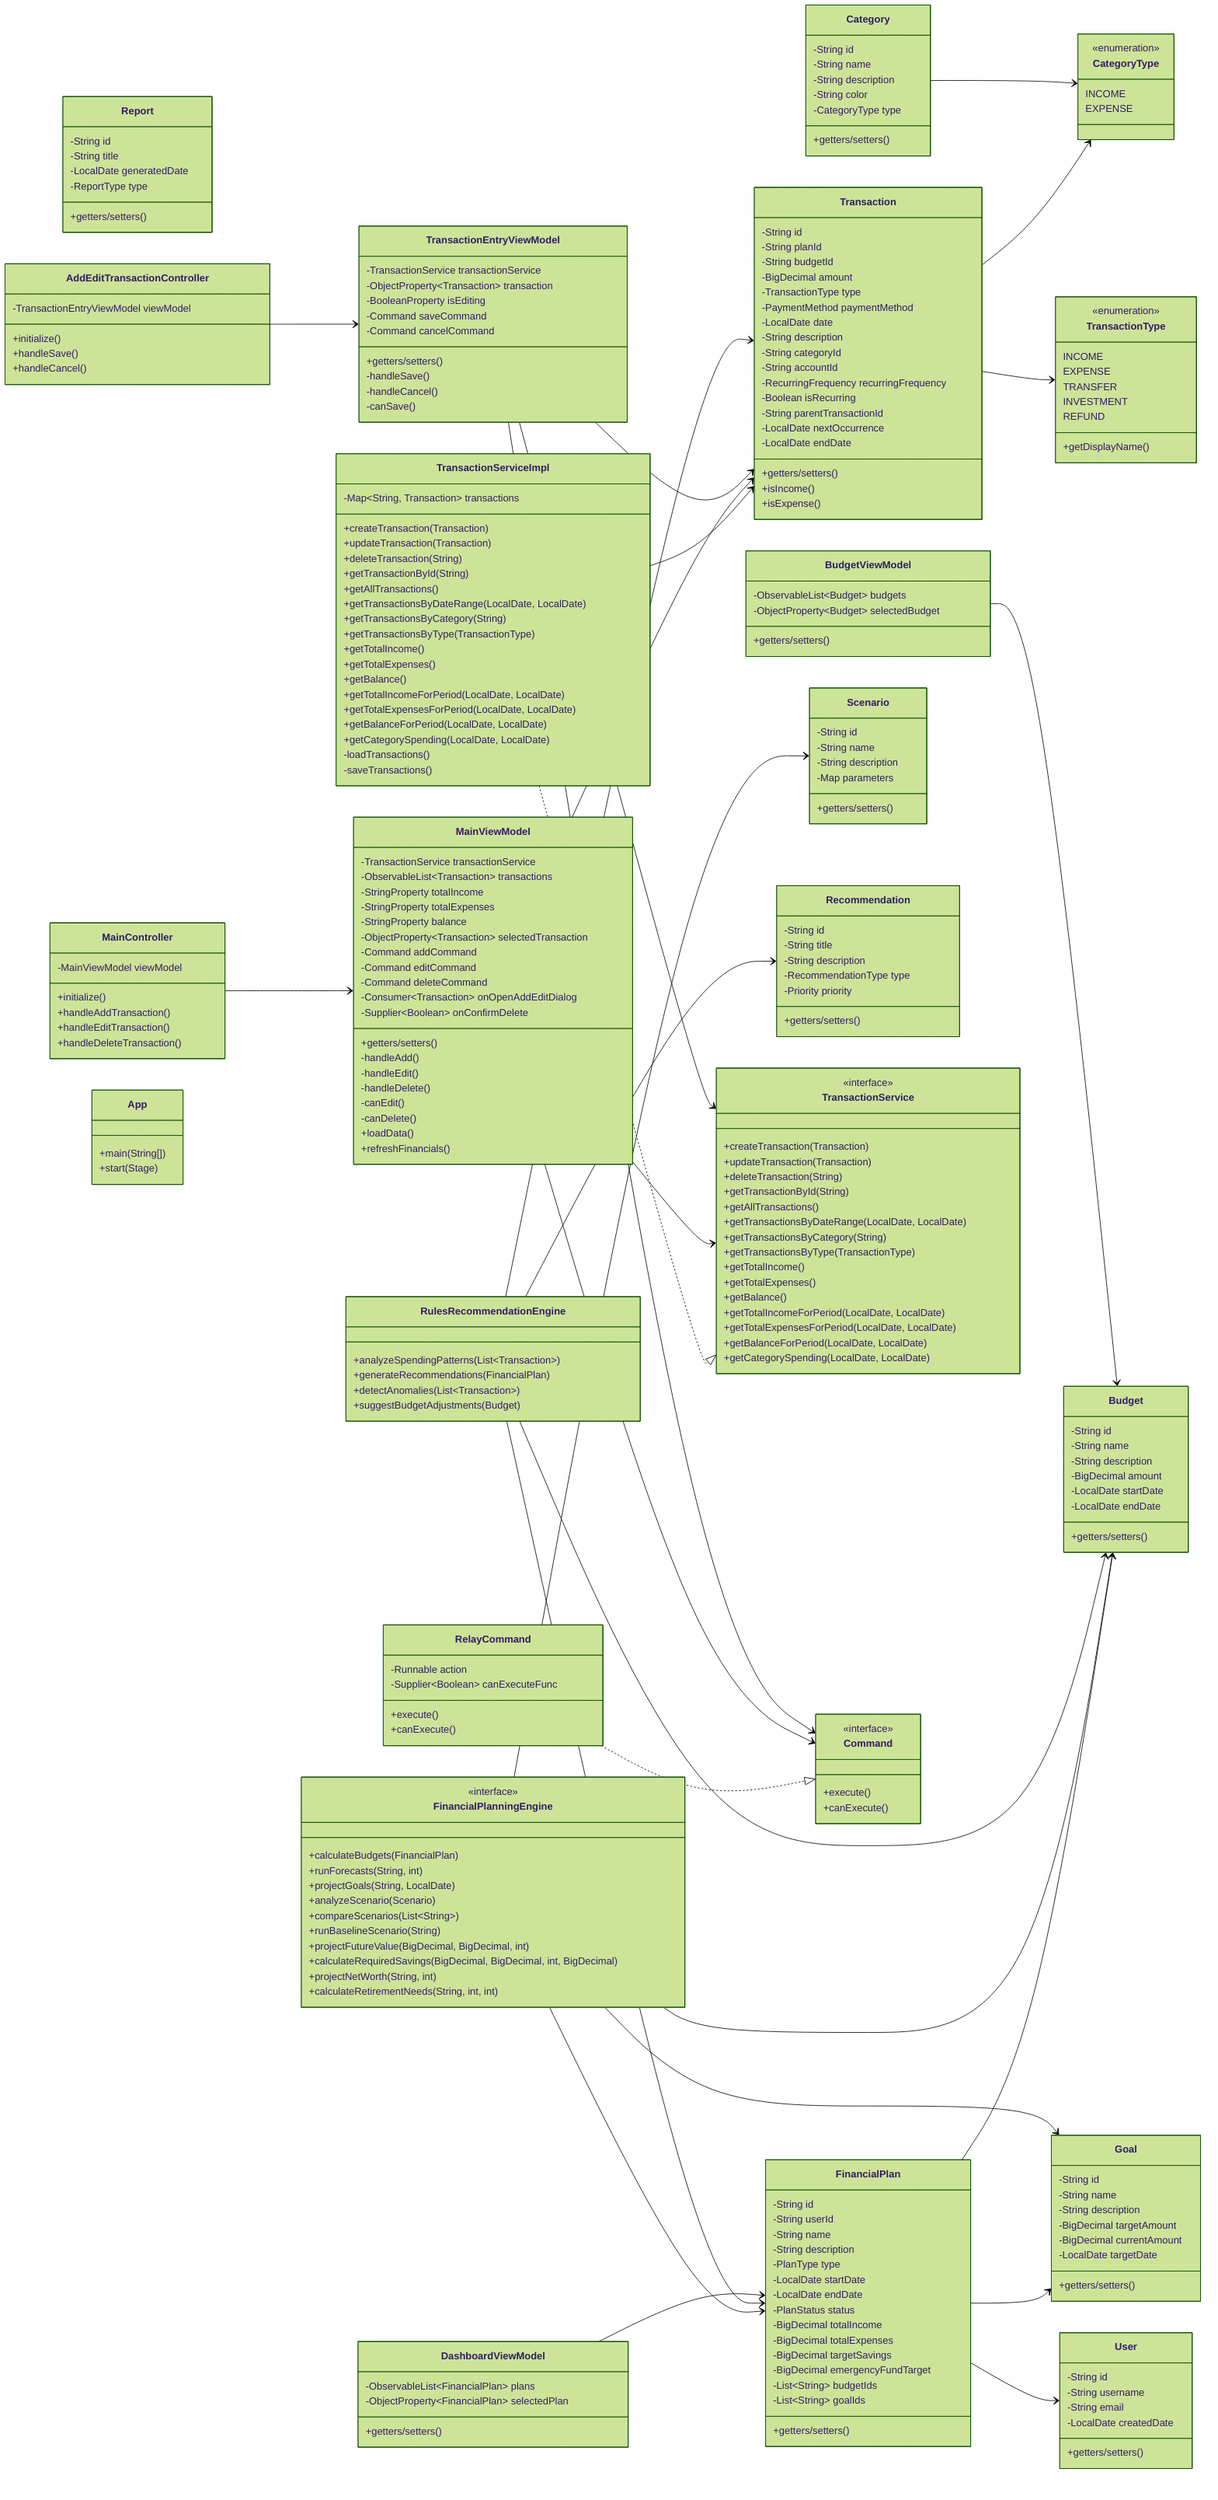
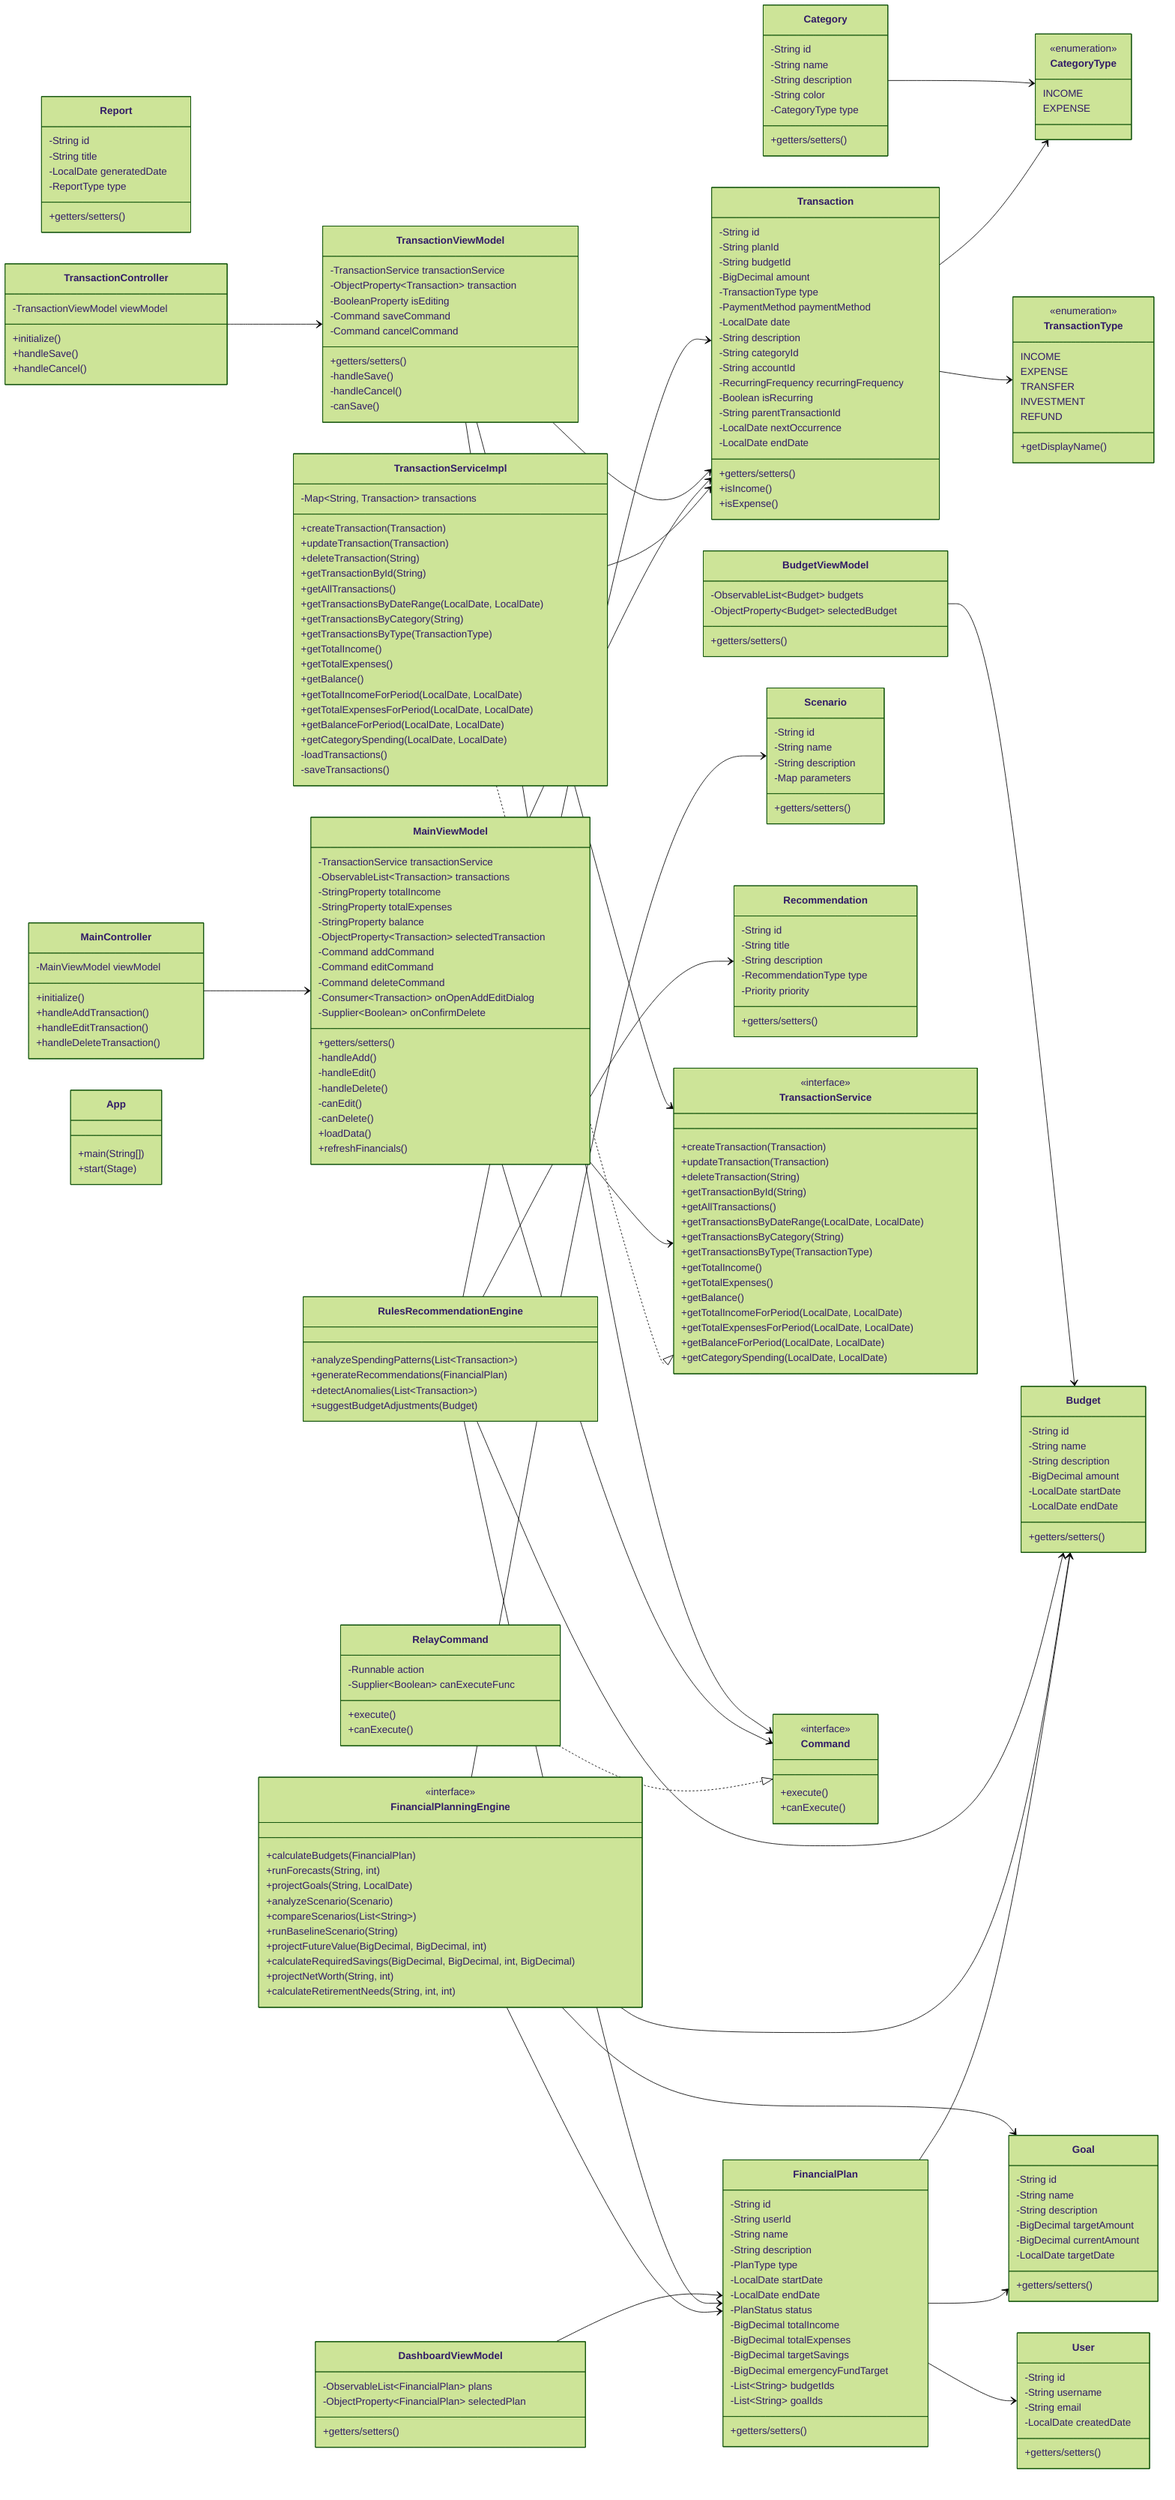
---
config:
  theme: forest
---
classDiagram
direction LR
    class Transaction {
	    -String id
	    -String planId
	    -String budgetId
	    -BigDecimal amount
	    -TransactionType type
	    -PaymentMethod paymentMethod
	    -LocalDate date
	    -String description
	    -String categoryId
	    -String accountId
	    -RecurringFrequency recurringFrequency
	    -Boolean isRecurring
	    -String parentTransactionId
	    -LocalDate nextOccurrence
	    -LocalDate endDate
	    +getters/setters()
	    +isIncome()
	    +isExpense()
    }

    class Category {
	    -String id
	    -String name
	    -String description
	    -String color
	    -CategoryType type
	    +getters/setters()
    }

    class TransactionType {
	    INCOME
	    EXPENSE
	    TRANSFER
	    INVESTMENT
	    REFUND
	    +getDisplayName()
    }

    class CategoryType {
	    INCOME
	    EXPENSE
    }

    class FinancialPlan {
	    -String id
	    -String userId
	    -String name
	    -String description
	    -PlanType type
	    -LocalDate startDate
	    -LocalDate endDate
	    -PlanStatus status
	    -BigDecimal totalIncome
	    -BigDecimal totalExpenses
	    -BigDecimal targetSavings
	    -BigDecimal emergencyFundTarget
	    -List~String~ budgetIds
	    -List~String~ goalIds
	    +getters/setters()
    }

    class Budget {
	    -String id
	    -String name
	    -String description
	    -BigDecimal amount
	    -LocalDate startDate
	    -LocalDate endDate
	    +getters/setters()
    }

    class Goal {
	    -String id
	    -String name
	    -String description
	    -BigDecimal targetAmount
	    -BigDecimal currentAmount
	    -LocalDate targetDate
	    +getters/setters()
    }

    class User {
	    -String id
	    -String username
	    -String email
	    -LocalDate createdDate
	    +getters/setters()
    }

    class Scenario {
	    -String id
	    -String name
	    -String description
	    -Map parameters
	    +getters/setters()
    }

    class Recommendation {
	    -String id
	    -String title
	    -String description
	    -RecommendationType type
	    -Priority priority
	    +getters/setters()
    }

    class Report {
	    -String id
	    -String title
	    -LocalDate generatedDate
	    -ReportType type
	    +getters/setters()
    }

    class TransactionService {
	    +createTransaction(Transaction)
	    +updateTransaction(Transaction)
	    +deleteTransaction(String)
	    +getTransactionById(String)
	    +getAllTransactions()
	    +getTransactionsByDateRange(LocalDate, LocalDate)
	    +getTransactionsByCategory(String)
	    +getTransactionsByType(TransactionType)
	    +getTotalIncome()
	    +getTotalExpenses()
	    +getBalance()
	    +getTotalIncomeForPeriod(LocalDate, LocalDate)
	    +getTotalExpensesForPeriod(LocalDate, LocalDate)
	    +getBalanceForPeriod(LocalDate, LocalDate)
	    +getCategorySpending(LocalDate, LocalDate)
    }

    class TransactionServiceImpl {
	    -Map~String, Transaction~ transactions
	    +createTransaction(Transaction)
	    +updateTransaction(Transaction)
	    +deleteTransaction(String)
	    +getTransactionById(String)
	    +getAllTransactions()
	    +getTransactionsByDateRange(LocalDate, LocalDate)
	    +getTransactionsByCategory(String)
	    +getTransactionsByType(TransactionType)
	    +getTotalIncome()
	    +getTotalExpenses()
	    +getBalance()
	    +getTotalIncomeForPeriod(LocalDate, LocalDate)
	    +getTotalExpensesForPeriod(LocalDate, LocalDate)
	    +getBalanceForPeriod(LocalDate, LocalDate)
	    +getCategorySpending(LocalDate, LocalDate)
	    -loadTransactions()
	    -saveTransactions()
    }

    class FinancialPlanningEngine {
	    +calculateBudgets(FinancialPlan)
	    +runForecasts(String, int)
	    +projectGoals(String, LocalDate)
	    +analyzeScenario(Scenario)
	    +compareScenarios(List~String~)
	    +runBaselineScenario(String)
	    +projectFutureValue(BigDecimal, BigDecimal, int)
	    +calculateRequiredSavings(BigDecimal, BigDecimal, int, BigDecimal)
	    +projectNetWorth(String, int)
	    +calculateRetirementNeeds(String, int, int)
    }

    class RulesRecommendationEngine {
	    +analyzeSpendingPatterns(List~Transaction~)
	    +generateRecommendations(FinancialPlan)
	    +detectAnomalies(List~Transaction~)
	    +suggestBudgetAdjustments(Budget)
    }

    class Command {
	    +execute()
	    +canExecute()
    }

    class RelayCommand {
	    -Runnable action
	    -Supplier~Boolean~ canExecuteFunc
	    +execute()
	    +canExecute()
    }

    class MainViewModel {
	    -TransactionService transactionService
	    -ObservableList~Transaction~ transactions
	    -StringProperty totalIncome
	    -StringProperty totalExpenses
	    -StringProperty balance
	    -ObjectProperty~Transaction~ selectedTransaction
	    -Command addCommand
	    -Command editCommand
	    -Command deleteCommand
	    -Consumer~Transaction~ onOpenAddEditDialog
	    -Supplier~Boolean~ onConfirmDelete
	    +getters/setters()
	    -handleAdd()
	    -handleEdit()
	    -handleDelete()
	    -canEdit()
	    -canDelete()
	    +loadData()
	    +refreshFinancials()
    }

-     class TransactionEntryViewModel {
+     class TransactionViewModel {
	    -TransactionService transactionService
	    -ObjectProperty~Transaction~ transaction
	    -BooleanProperty isEditing
	    -Command saveCommand
	    -Command cancelCommand
	    +getters/setters()
	    -handleSave()
	    -handleCancel()
	    -canSave()
    }

    class BudgetViewModel {
	    -ObservableList~Budget~ budgets
	    -ObjectProperty~Budget~ selectedBudget
	    +getters/setters()
    }

    class DashboardViewModel {
	    -ObservableList~FinancialPlan~ plans
	    -ObjectProperty~FinancialPlan~ selectedPlan
	    +getters/setters()
    }

    class MainController {
	    -MainViewModel viewModel
	    +initialize()
	    +handleAddTransaction()
	    +handleEditTransaction()
	    +handleDeleteTransaction()
    }

-     class AddEditTransactionController {
- 	    -TransactionEntryViewModel viewModel
+     class TransactionController {
+ 	    -TransactionViewModel viewModel
	    +initialize()
	    +handleSave()
	    +handleCancel()
    }

    class App {
	    +main(String[])
	    +start(Stage)
    }

	<<enumeration>> TransactionType
	<<enumeration>> CategoryType
	<<interface>> TransactionService
	<<interface>> FinancialPlanningEngine
	<<interface>> Command

    Transaction --> TransactionType
    Transaction --> CategoryType
    Category --> CategoryType
    FinancialPlan --> Budget
    FinancialPlan --> Goal
    FinancialPlan --> User
    TransactionServiceImpl ..|> TransactionService
    TransactionServiceImpl --> Transaction
    RelayCommand ..|> Command
    MainViewModel --> TransactionService
    MainViewModel --> Transaction
    MainViewModel --> Command
-     TransactionEntryViewModel --> TransactionService
-     TransactionEntryViewModel --> Transaction
-     TransactionEntryViewModel --> Command
+     TransactionViewModel --> TransactionService
+     TransactionViewModel --> Transaction
+     TransactionViewModel --> Command
    MainController --> MainViewModel
-     AddEditTransactionController --> TransactionEntryViewModel
+     TransactionController --> TransactionViewModel
    FinancialPlanningEngine --> FinancialPlan
    FinancialPlanningEngine --> Scenario
    FinancialPlanningEngine --> Goal
    FinancialPlanningEngine --> Budget
    RulesRecommendationEngine --> Transaction
    RulesRecommendationEngine --> FinancialPlan
    RulesRecommendationEngine --> Budget
    RulesRecommendationEngine --> Recommendation
    BudgetViewModel --> Budget
    DashboardViewModel --> FinancialPlan